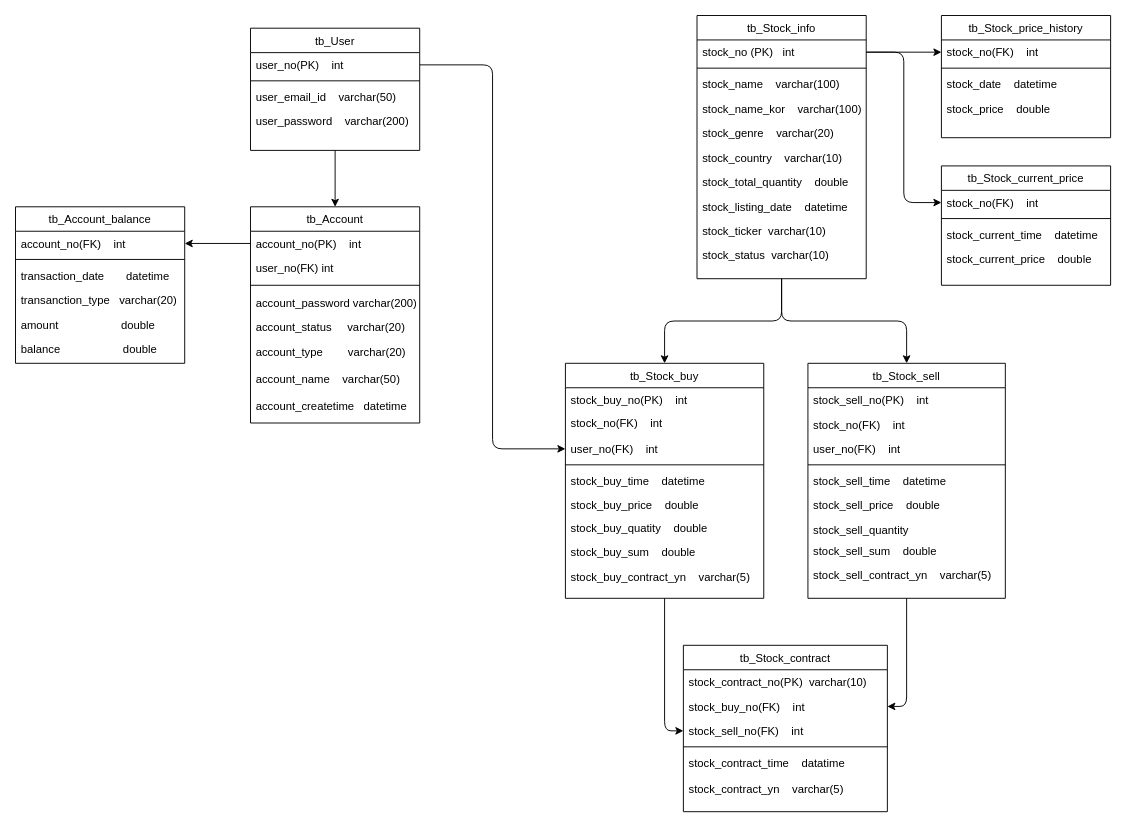
This is stockERD.drawio from kmg4376/hello-world, a draw.io file, before an edit. Source tidied: cells renumbered, new cells numbered last; positions are measured from the earlier drawing's top-left corner, leaving out a move shared by most shapes. Both pictures are drawn from the tidied source at 94%, with x=0, y=0 at pixel (15, 15).
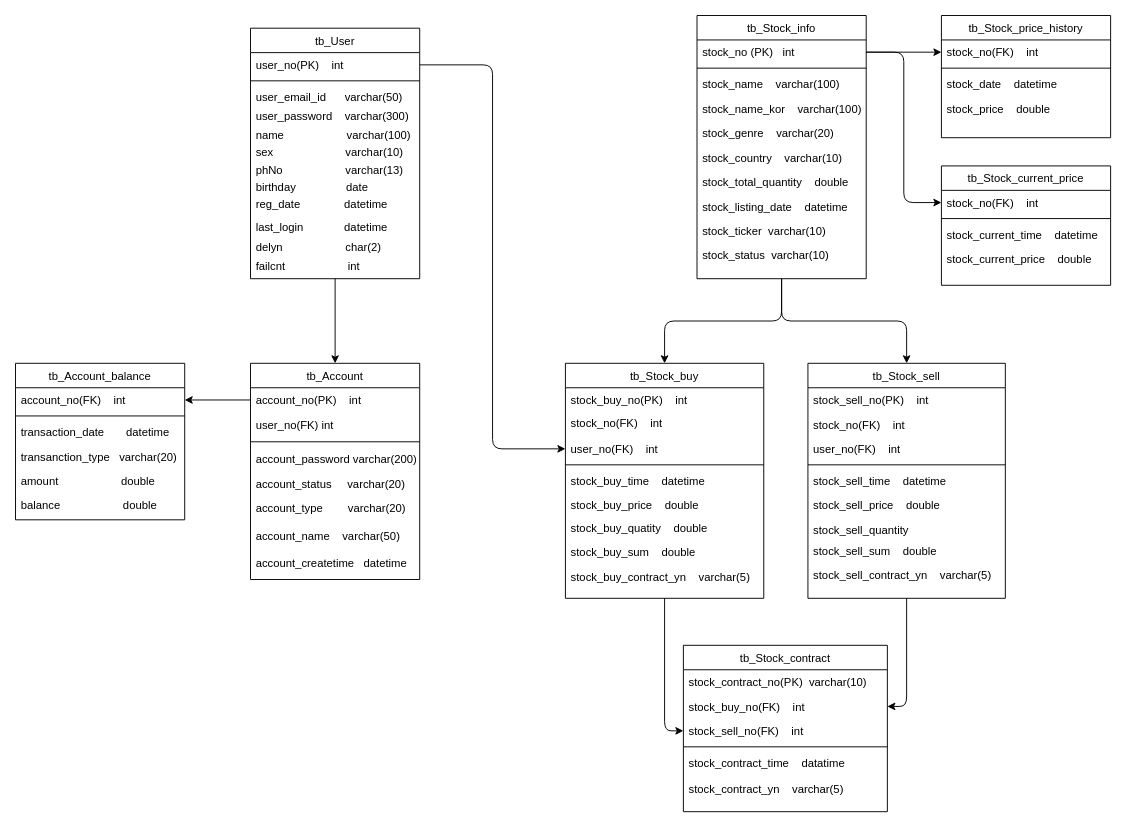
Above is the later version.

The edit, as a diff of the source:
```diff
@@
     <mxCell id="3" value="tb_User" style="swimlane;fontStyle=0;align=center;verticalAlign=top;horizontal=1;startSize=26;rounded=0;shadow=0;strokeWidth=1;" parent="1" vertex="1">
-      <mxGeometry x="250" y="13.5" width="180" height="130" as="geometry" />
+      <mxGeometry x="250" y="13.5" width="180" height="266.5" as="geometry" />
     </mxCell>
@@
-    <mxCell id="6" value="user_email_id    varchar(50)" style="text;align=left;verticalAlign=top;spacingLeft=4;spacingRight=4;overflow=hidden;" parent="3" vertex="1">
-      <mxGeometry y="60" width="180" height="26" as="geometry" />
+    <mxCell id="6" value="user_email_id      varchar(50)" style="text;align=left;verticalAlign=top;spacingLeft=4;spacingRight=4;overflow=hidden;" parent="3" vertex="1">
+      <mxGeometry y="60" width="180" height="20" as="geometry" />
     </mxCell>
-    <mxCell id="7" value="user_password    varchar(200)" style="text;align=left;verticalAlign=top;spacingLeft=4;spacingRight=4;overflow=hidden;" parent="3" vertex="1">
-      <mxGeometry y="86" width="180" height="26" as="geometry" />
+    <mxCell id="7" value="user_password    varchar(300)" style="text;align=left;verticalAlign=top;spacingLeft=4;spacingRight=4;overflow=hidden;" parent="3" vertex="1">
+      <mxGeometry y="80" width="180" height="20" as="geometry" />
     </mxCell>
+    <mxCell id="80" value="name                    varchar(100)" style="text;align=left;verticalAlign=top;spacingLeft=4;spacingRight=4;overflow=hidden;" parent="3" vertex="1">
+      <mxGeometry y="100" width="180" height="18" as="geometry" />
+    </mxCell>
+    <mxCell id="81" value="sex                       varchar(10)" style="text;align=left;verticalAlign=top;spacingLeft=4;spacingRight=4;overflow=hidden;" parent="3" vertex="1">
+      <mxGeometry y="118" width="180" height="20" as="geometry" />
+    </mxCell>
+    <mxCell id="82" value="phNo                    varchar(13)" style="text;align=left;verticalAlign=top;spacingLeft=4;spacingRight=4;overflow=hidden;" parent="3" vertex="1">
+      <mxGeometry y="138" width="180" height="18" as="geometry" />
+    </mxCell>
+    <mxCell id="83" value="birthday                date" style="text;align=left;verticalAlign=top;spacingLeft=4;spacingRight=4;overflow=hidden;" parent="3" vertex="1">
+      <mxGeometry y="156" width="180" height="18" as="geometry" />
+    </mxCell>
+    <mxCell id="84" value="reg_date              datetime" style="text;align=left;verticalAlign=top;spacingLeft=4;spacingRight=4;overflow=hidden;" parent="3" vertex="1">
+      <mxGeometry y="174" width="180" height="24" as="geometry" />
+    </mxCell>
+    <mxCell id="85" value="last_login             datetime" style="text;align=left;verticalAlign=top;spacingLeft=4;spacingRight=4;overflow=hidden;" parent="3" vertex="1">
+      <mxGeometry y="198" width="180" height="22" as="geometry" />
+    </mxCell>
+    <mxCell id="86" value="delyn                    char(2)" style="text;align=left;verticalAlign=top;spacingLeft=4;spacingRight=4;overflow=hidden;" parent="3" vertex="1">
+      <mxGeometry y="220" width="180" height="20" as="geometry" />
+    </mxCell>
+    <mxCell id="87" value="failcnt                    int" style="text;align=left;verticalAlign=top;spacingLeft=4;spacingRight=4;overflow=hidden;" parent="3" vertex="1">
+      <mxGeometry y="240" width="180" height="20" as="geometry" />
+    </mxCell>
@@
     <mxCell id="60" value="tb_Account" style="swimlane;fontStyle=0;align=center;verticalAlign=top;horizontal=1;startSize=26;rounded=0;shadow=0;strokeWidth=1;" parent="1" vertex="1">
-      <mxGeometry x="250" y="203.5" width="180" height="230" as="geometry" />
+      <mxGeometry x="250" y="370" width="180" height="230" as="geometry" />
     </mxCell>
@@
     <mxCell id="69" value="tb_Account_balance" style="swimlane;fontStyle=0;align=center;verticalAlign=top;horizontal=1;startSize=26;rounded=0;shadow=0;strokeWidth=1;" parent="1" vertex="1">
-      <mxGeometry y="203.5" width="180" height="166.5" as="geometry" />
+      <mxGeometry y="370" width="180" height="166.5" as="geometry" />
     </mxCell>
```
